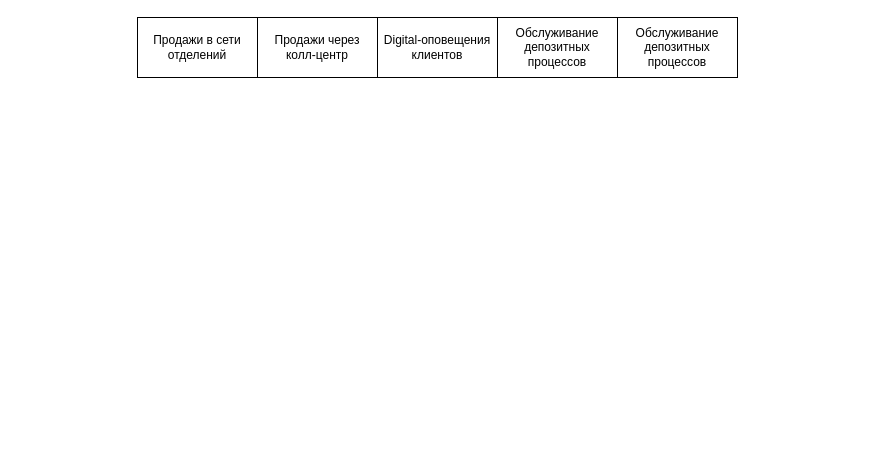
MorKaragh/drawings keeps this draw.io diagram as it_land_map.drawio. Above is the earlier version. Source tidied: cells renumbered, new cells numbered last; positions are measured from the earlier drawing's top-left corner, leaving out a move shared by most shapes. Both pictures are drawn from the tidied source at 100%, with x=0, y=0 at pixel (137, 17).
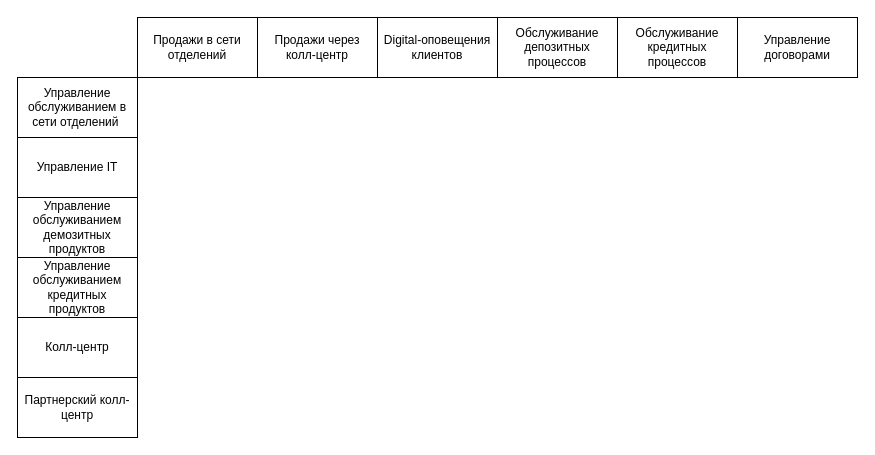
The same page after the edit.

What changed in the source:
```diff
@@
 <mxGraphModel>
   <root>
     <mxCell id="0" />
     <mxCell id="1" parent="0" />
     <mxCell id="2" value="Продажи в сети отделений" style="rounded=0;whiteSpace=wrap;html=1;" parent="1" vertex="1">
       <mxGeometry width="120" height="60" as="geometry" />
     </mxCell>
     <mxCell id="3" value="Продажи через колл-центр" style="rounded=0;whiteSpace=wrap;html=1;" parent="1" vertex="1">
       <mxGeometry x="120" width="120" height="60" as="geometry" />
     </mxCell>
     <mxCell id="4" value="Digital-оповещения клиентов" style="rounded=0;whiteSpace=wrap;html=1;" parent="1" vertex="1">
       <mxGeometry x="240" width="120" height="60" as="geometry" />
     </mxCell>
     <mxCell id="5" value="Обслуживание депозитных процессов" style="rounded=0;whiteSpace=wrap;html=1;" parent="1" vertex="1">
       <mxGeometry x="360" width="120" height="60" as="geometry" />
     </mxCell>
-    <mxCell id="6" value="Обслуживание депозитных процессов" style="rounded=0;whiteSpace=wrap;html=1;" parent="1" vertex="1">
+    <mxCell id="6" value="Обслуживание кредитных процессов" style="rounded=0;whiteSpace=wrap;html=1;" parent="1" vertex="1">
       <mxGeometry x="480" width="120" height="60" as="geometry" />
     </mxCell>
+    <mxCell id="7" value="Управление договорами" style="rounded=0;whiteSpace=wrap;html=1;" parent="1" vertex="1">
+      <mxGeometry x="600" width="120" height="60" as="geometry" />
+    </mxCell>
+    <mxCell id="8" value="Управление обслуживанием в сети отделений&amp;nbsp;" style="rounded=0;whiteSpace=wrap;html=1;" parent="1" vertex="1">
+      <mxGeometry x="-120" y="60" width="120" height="60" as="geometry" />
+    </mxCell>
+    <mxCell id="9" value="Управление IT" style="rounded=0;whiteSpace=wrap;html=1;" parent="1" vertex="1">
+      <mxGeometry x="-120" y="120" width="120" height="60" as="geometry" />
+    </mxCell>
+    <mxCell id="10" value="Управление обслуживанием демозитных продуктов" style="rounded=0;whiteSpace=wrap;html=1;" parent="1" vertex="1">
+      <mxGeometry x="-120" y="180" width="120" height="60" as="geometry" />
+    </mxCell>
+    <mxCell id="11" value="Управление обслуживанием кредитных продуктов" style="rounded=0;whiteSpace=wrap;html=1;" parent="1" vertex="1">
+      <mxGeometry x="-120" y="240" width="120" height="60" as="geometry" />
+    </mxCell>
+    <mxCell id="12" value="Колл-центр" style="rounded=0;whiteSpace=wrap;html=1;" parent="1" vertex="1">
+      <mxGeometry x="-120" y="300" width="120" height="60" as="geometry" />
+    </mxCell>
+    <mxCell id="13" value="Партнерский колл-центр" style="rounded=0;whiteSpace=wrap;html=1;" parent="1" vertex="1">
+      <mxGeometry x="-120" y="360" width="120" height="60" as="geometry" />
+    </mxCell>
   </root>
 </mxGraphModel>
```
